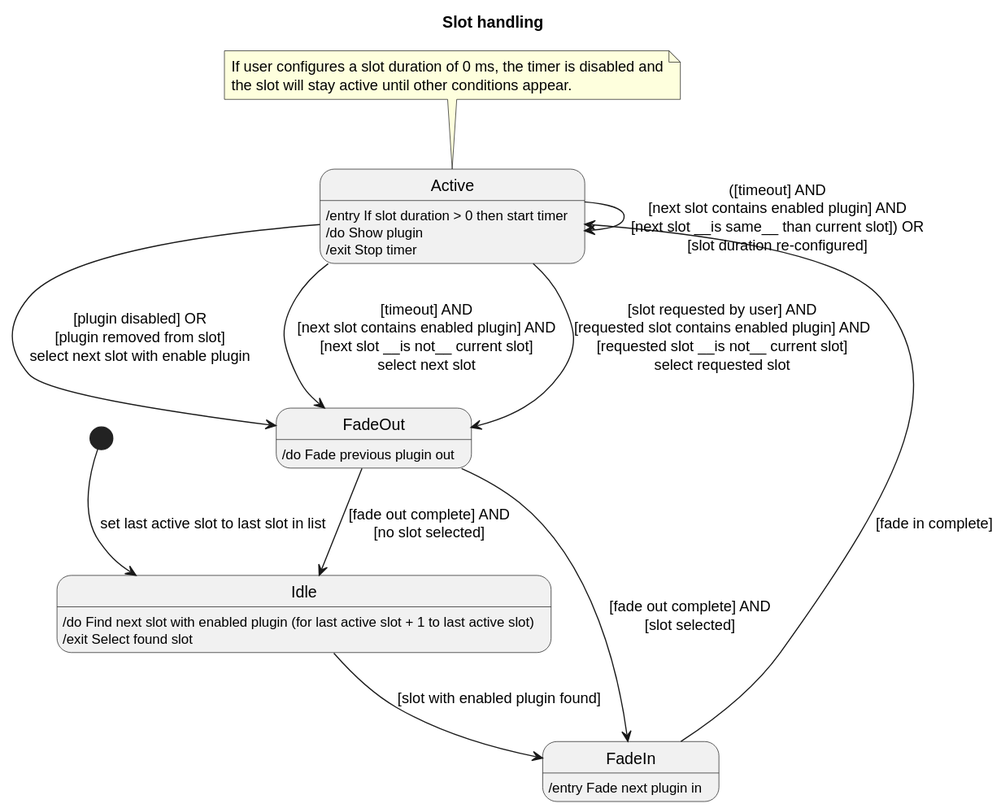
BlueAndi/Pixelix keeps this PlantUML diagram as doc/architecture/svg/slot_handling.svg. Above is the earlier version.
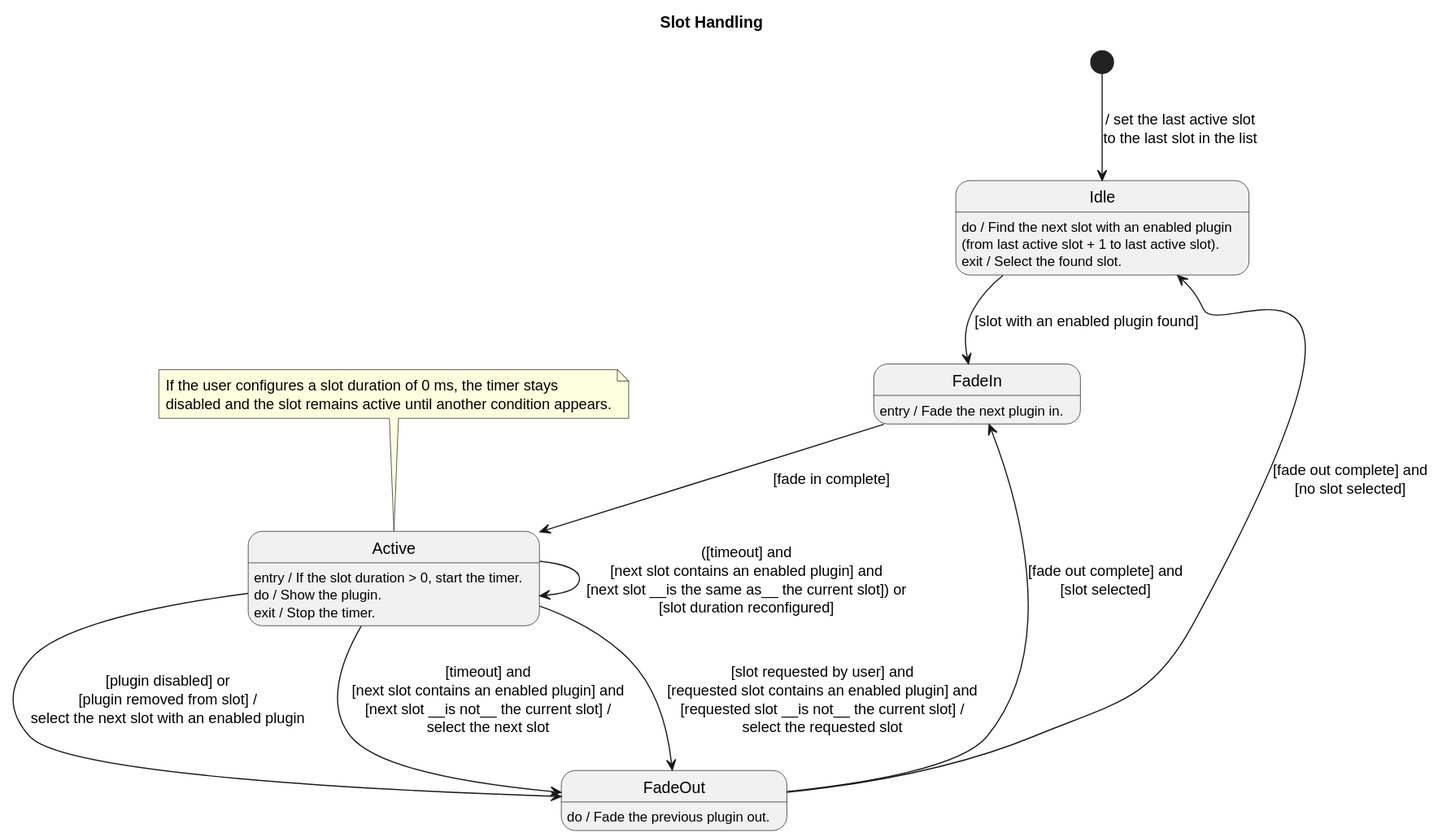
After the change.

Change to the diagram source:
```diff
@@ -1,33 +1,38 @@
 @startuml
-title Slot handling
+title Slot Handling
 
-state "Idle" as idle: /do Find next slot with enabled plugin (for last active slot + 1 to last active slot)
-state "Idle" as idle: /exit Select found slot
 
-state "FadeIn" as fadeIn: /entry Fade next plugin in
+state "Idle" as idle
+idle: do / Find the next slot with an enabled plugin\n(from last active slot + 1 to last active slot).
+idle: exit / Select the found slot.
 
-state "Active" as active: /entry If slot duration > 0 then start timer
-state "Active" as active: /do Show plugin
-state "Active" as active: /exit Stop timer
+state "FadeIn" as fadeIn
+fadeIn: entry / Fade the next plugin in.
 
-state "FadeOut" as fadeOut: /do Fade previous plugin out
+state "Active" as active
+active: entry / If the slot duration > 0, start the timer.
+active: do / Show the plugin.
+active: exit / Stop the timer.
 
-[*] --> idle: set last active slot to last slot in list
+state "FadeOut" as fadeOut
+fadeOut: do / Fade the previous plugin out.
 
-idle --> fadeIn: [slot with enabled plugin found]
+[*] --> idle: / set the last active slot\nto the last slot in the list
+
+idle --> fadeIn: [slot with an enabled plugin found]
 
 fadeIn --> active: [fade in complete]
 
-active --> fadeOut: [plugin disabled] OR\n[plugin removed from slot]\nselect next slot with enable plugin
-active --> fadeOut: [timeout] AND\n[next slot contains enabled plugin] AND\n[next slot __is not__ current slot]\nselect next slot
-active --> fadeOut: [slot requested by user] AND\n[requested slot contains enabled plugin] AND\n[requested slot __is not__ current slot]\nselect requested slot
-active -> active: ([timeout] AND\n[next slot contains enabled plugin] AND\n[next slot __is same__ than current slot]) OR\n[slot duration re-configured]
+active --> fadeOut: [plugin disabled] or\n[plugin removed from slot] /\nselect the next slot with an enabled plugin
+active --> fadeOut: [timeout] and\n[next slot contains an enabled plugin] and\n[next slot __is not__ the current slot] /\nselect the next slot
+active --> fadeOut: [slot requested by user] and\n[requested slot contains an enabled plugin] and\n[requested slot __is not__ the current slot] /\nselect the requested slot
+active --> active: ([timeout] and\n[next slot contains an enabled plugin] and\n[next slot __is the same as__ the current slot]) or\n[slot duration reconfigured]
 
-fadeOut --> idle: [fade out complete] AND\n[no slot selected]
-fadeOut --> fadeIn: [fade out complete] AND\n[slot selected]
+fadeOut --> idle: [fade out complete] and\n[no slot selected]
+fadeOut --> fadeIn: [fade out complete] and\n[slot selected]
 
 note top of active
-    If user configures a slot duration of 0 ms, the timer is disabled and
-    the slot will stay active until other conditions appear.
+    If the user configures a slot duration of 0 ms, the timer stays
+    disabled and the slot remains active until another condition appears.
 end note
 @enduml
```
